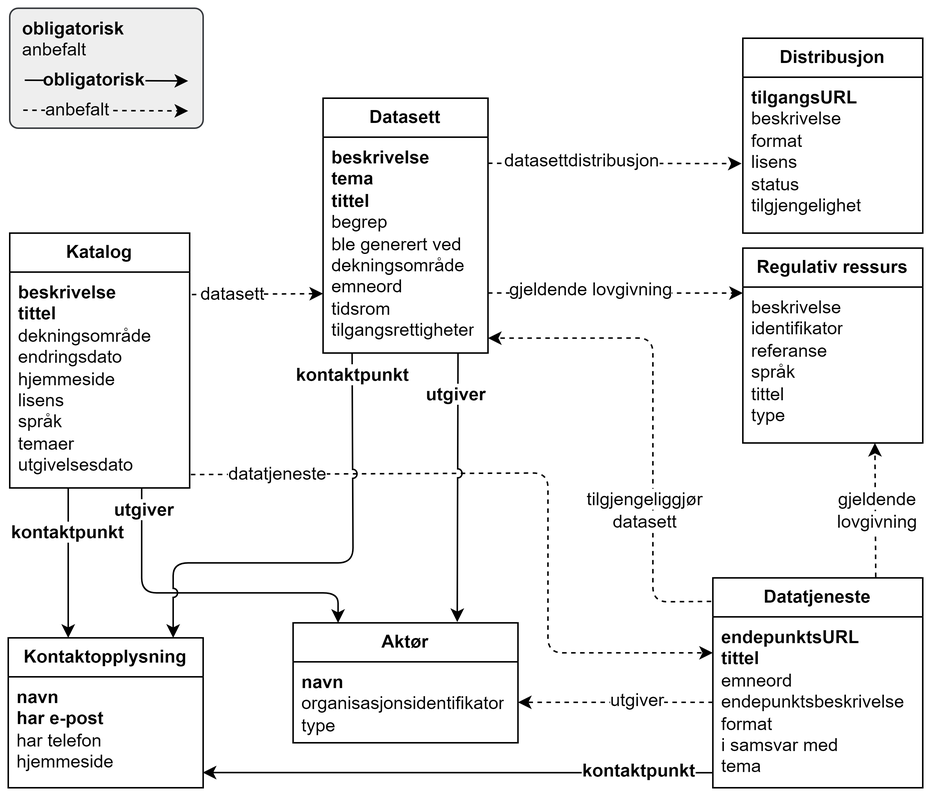
Informasjonsforvaltning/dcat-ap-no keeps this draw.io diagram as docs/images/DCAT-AP-NO-forenklet-fremstilling.png. Above is the earlier version. Source tidied: cells renumbered, new cells last; positions are measured from the earlier drawing's top-left corner, leaving out a move shared by most shapes.
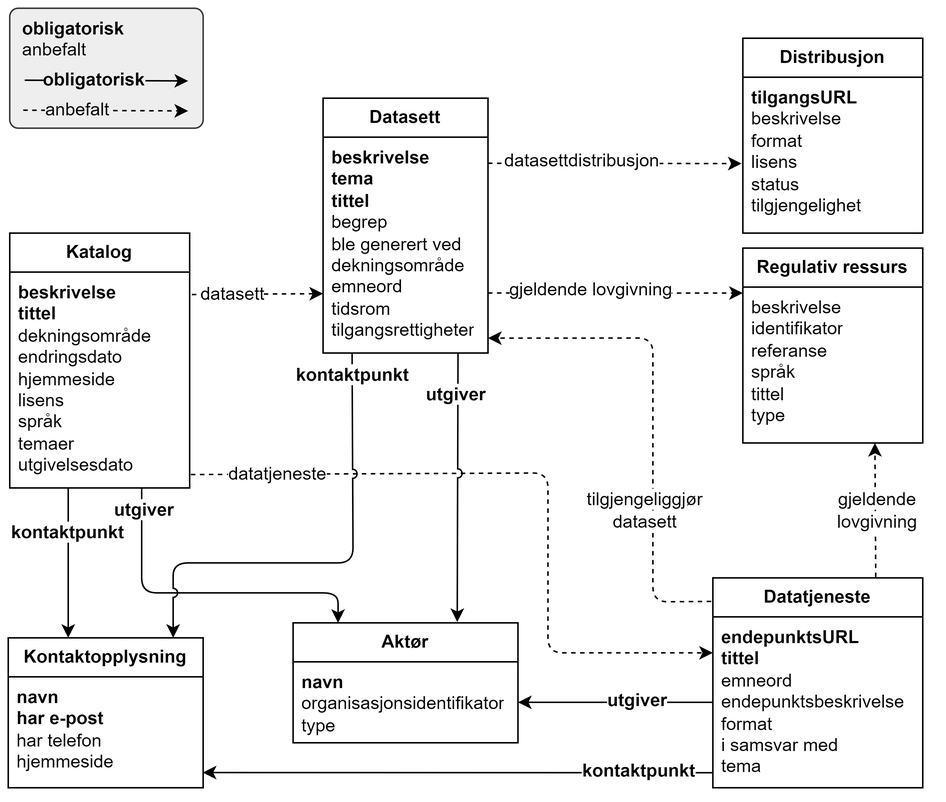
Above is the later version.

Commit message:
Issue Datatjeneste - utgiver (dct:publisher) bør være obligatorisk #528

Diff of the diagram source:
```diff
@@ -112,10 +112,10 @@
     <mxCell id="31" value="&lt;div&gt;&lt;span style=&quot;background-color: rgb(255, 255, 255);&quot;&gt;gjeldende lovgivning&lt;/span&gt;&lt;/div&gt;" style="text;html=1;align=center;verticalAlign=middle;whiteSpace=wrap;rounded=0;" parent="1" vertex="1">
       <mxGeometry x="540" y="320" width="80" height="30" as="geometry" />
     </mxCell>
-    <mxCell id="32" style="endArrow=classic;html=1;rounded=0;entryX=1;entryY=0.5;entryDx=0;entryDy=0;exitX=0;exitY=0.5;exitDx=0;exitDy=0;dashed=1;" parent="1" edge="1" source="15" target="9">
+    <mxCell id="32" style="endArrow=classic;html=1;rounded=0;entryX=1;entryY=0.5;entryDx=0;entryDy=0;exitX=0;exitY=0.5;exitDx=0;exitDy=0;" parent="1" edge="1" source="15" target="9">
       <mxGeometry relative="1" as="geometry" />
     </mxCell>
-    <mxCell id="33" value="&lt;div&gt;&lt;span style=&quot;background-color: rgb(255, 255, 255);&quot;&gt;utgiver&lt;/span&gt;&lt;/div&gt;" style="text;html=1;align=center;verticalAlign=middle;whiteSpace=wrap;rounded=0;" parent="1" vertex="1">
+    <mxCell id="33" value="&lt;div&gt;&lt;span style=&quot;background-color: rgb(255, 255, 255);&quot;&gt;&lt;b&gt;utgiver&lt;/b&gt;&lt;/span&gt;&lt;/div&gt;" style="text;html=1;align=center;verticalAlign=middle;whiteSpace=wrap;rounded=0;" parent="1" vertex="1">
       <mxGeometry x="390" y="447" width="60" height="30" as="geometry" />
     </mxCell>
     <mxCell id="34" style="endArrow=classic;html=1;rounded=1;exitX=0;exitY=0.912;exitDx=0;exitDy=0;exitPerimeter=0;entryX=0.998;entryY=0.863;entryDx=0;entryDy=0;entryPerimeter=0;curved=0;" parent="1" edge="1" source="15" target="5">
```
